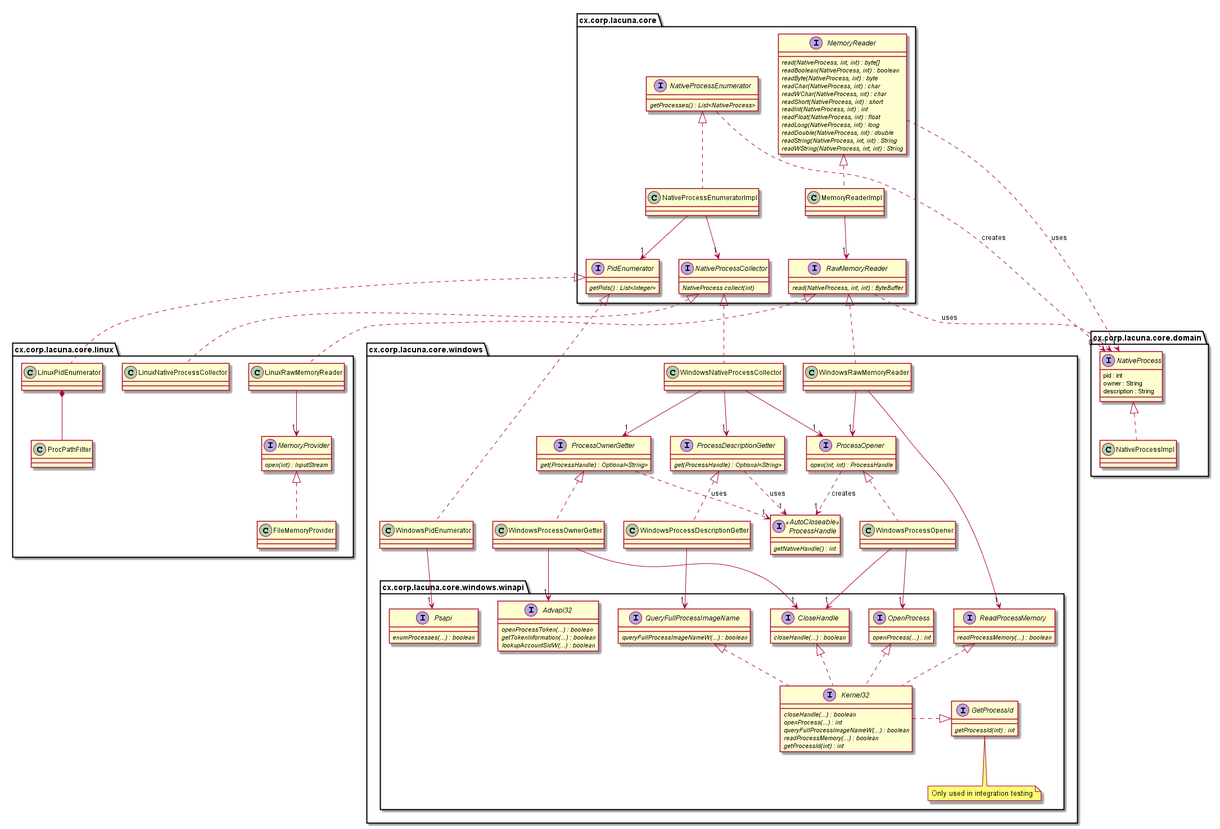
Before: dokumentaatio/luokkakaavio.png, a diagram exported from PlantUML (cxcorp/lacuna).
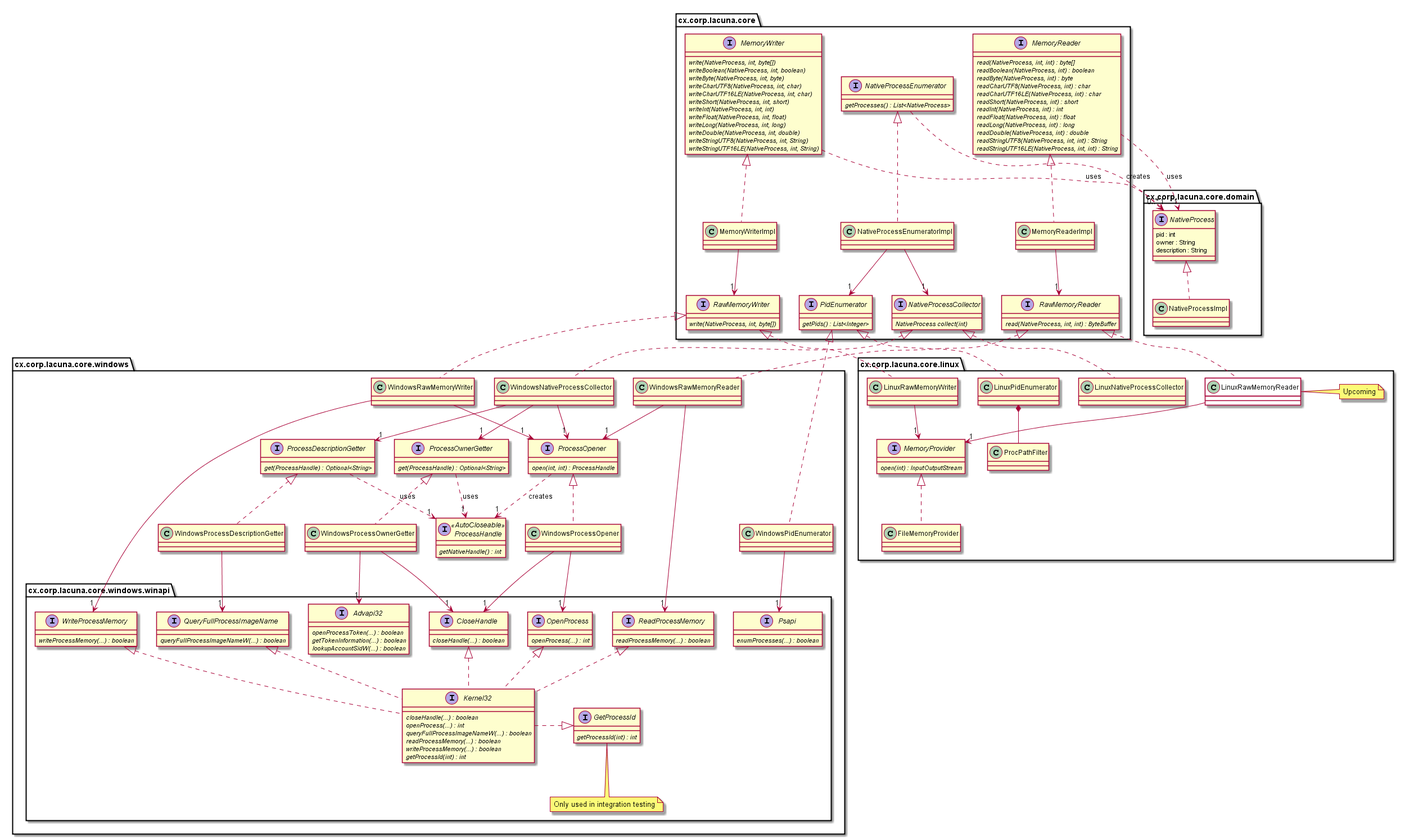
The same file after the commit.

Commit message:
Update class graph

What changed in the source:
```diff
@@ -15,16 +15,31 @@
         {abstract} read(NativeProcess, int, int) : byte[]
         {abstract} readBoolean(NativeProcess, int) : boolean
         {abstract} readByte(NativeProcess, int) : byte
-        {abstract} readChar(NativeProcess, int) : char
-        {abstract} readWChar(NativeProcess, int) : char
+        {abstract} readCharUTF8(NativeProcess, int) : char
+        {abstract} readCharUTF16LE(NativeProcess, int) : char
         {abstract} readShort(NativeProcess, int) : short
         {abstract} readInt(NativeProcess, int) : int
         {abstract} readFloat(NativeProcess, int) : float
         {abstract} readLong(NativeProcess, int) : long
         {abstract} readDouble(NativeProcess, int) : double
-        {abstract} readString(NativeProcess, int, int) : String
-        {abstract} readWString(NativeProcess, int, int) : String
+        {abstract} readStringUTF8(NativeProcess, int, int) : String
+        {abstract} readStringUTF16LE(NativeProcess, int, int) : String
     }
+    interface MemoryWriter {
+        {abstract} write(NativeProcess, int, byte[])
+        {abstract} writeBoolean(NativeProcess, int, boolean)
+        {abstract} writeByte(NativeProcess, int, byte)
+        {abstract} writeCharUTF8(NativeProcess, int, char)
+        {abstract} writeCharUTF16LE(NativeProcess, int, char)
+        {abstract} writeShort(NativeProcess, int, short)
+        {abstract} writeInt(NativeProcess, int, int)
+        {abstract} writeFloat(NativeProcess, int, float)
+        {abstract} writeLong(NativeProcess, int, long)
+        {abstract} writeDouble(NativeProcess, int, double)
+        {abstract} writeStringUTF8(NativeProcess, int, String)
+        {abstract} writeStringUTF16LE(NativeProcess, int, String)
+    }
+
     interface NativeProcessEnumerator {
         {abstract} getProcesses() : List<NativeProcess>
     }
@@ -37,8 +52,12 @@
     interface RawMemoryReader {
         {abstract} read(NativeProcess, int, int) : ByteBuffer
     }
+    interface RawMemoryWriter {
+        {abstract} write(NativeProcess, int, byte[])
+    }
 
     class MemoryReaderImpl
+    class MemoryWriterImpl
     class NativeProcessEnumeratorImpl
 
     NativeProcessEnumerator <|.. NativeProcessEnumeratorImpl
@@ -48,8 +67,11 @@
     MemoryReader <|.. MemoryReaderImpl
     MemoryReaderImpl --> "1" RawMemoryReader
 
-    RawMemoryReader ..> "1" NativeProcess : uses
+    MemoryWriter <|.. MemoryWriterImpl
+    MemoryWriterImpl --> "1" RawMemoryWriter
+
     MemoryReader ..>  "1" NativeProcess : uses
+    MemoryWriter ..>  "1" NativeProcess : uses
     NativeProcessEnumerator ..> "0..*" NativeProcess : creates
 }
 
@@ -70,6 +92,7 @@
             {abstract} openProcess(...) : int
             {abstract} queryFullProcessImageNameW(...) : boolean
             {abstract} readProcessMemory(...) : boolean
+            {abstract} writeProcessMemory(...) : boolean
             {abstract} getProcessId(int) : int
         }
         interface CloseHandle {
@@ -84,11 +107,15 @@
         interface ReadProcessMemory {
             {abstract} readProcessMemory(...) : boolean
         }
+        interface WriteProcessMemory {
+            {abstract} writeProcessMemory(...) : boolean
+        }
         interface GetProcessId {
             {abstract} getProcessId(int) : int
         }
         note bottom: Only used in integration testing
 
+        WriteProcessMemory <|.. Kernel32
         CloseHandle <|.. Kernel32
         OpenProcess <|.. Kernel32
         QueryFullProcessImageName <|.. Kernel32
@@ -110,6 +137,7 @@
     }
 
     class WindowsRawMemoryReader
+    class WindowsRawMemoryWriter
     class WindowsNativeProcessCollector
     class WindowsPidEnumerator
 
@@ -143,16 +171,22 @@
 
     RawMemoryReader <|.. WindowsRawMemoryReader
     WindowsRawMemoryReader --> "1" ReadProcessMemory
-	WindowsRawMemoryReader --> "1" ProcessOpener
+    WindowsRawMemoryReader --> "1" ProcessOpener
+
+    RawMemoryWriter <|.. WindowsRawMemoryWriter
+    WindowsRawMemoryWriter --> "1" WriteProcessMemory
+    WindowsRawMemoryWriter --> "1" ProcessOpener
 }
 
 package cx.corp.lacuna.core.linux {
     interface MemoryProvider {
-        {abstract} open(int) : InputStream
+        {abstract} open(int) : InputOutputStream
     }
     class LinuxNativeProcessCollector
     class LinuxPidEnumerator
     class LinuxRawMemoryReader
+    class LinuxRawMemoryReader #Monochrome
+    note right: Upcoming
     class ProcPathFilter
     class FileMemoryProvider
 
@@ -165,6 +199,8 @@
 
     RawMemoryReader <|.. LinuxRawMemoryReader
     LinuxRawMemoryReader --> "1" MemoryProvider
+    RawMemoryWriter <|.. LinuxRawMemoryWriter
+    LinuxRawMemoryWriter --> "1" MemoryProvider
 }
 
 @enduml
```
